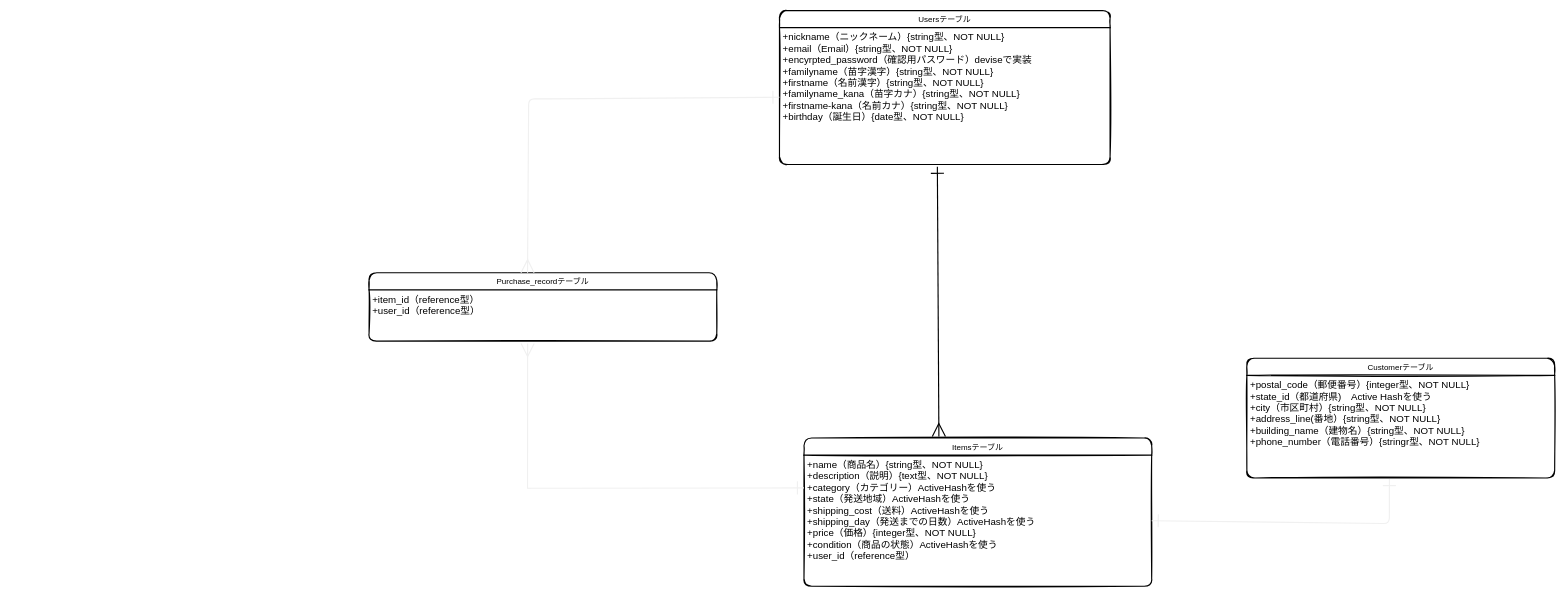
This is page "ページ1" (1 of 2) of app/furuma.dio from morioka1206/furima-9916, a draw.io file, before an edit. Source tidied: cells renumbered, new cells numbered last; positions are measured from the earlier drawing's top-left corner, leaving out a move shared by most shapes. Both pictures are drawn from the tidied source at 57%, with x=0, y=0 at pixel (369, 10).
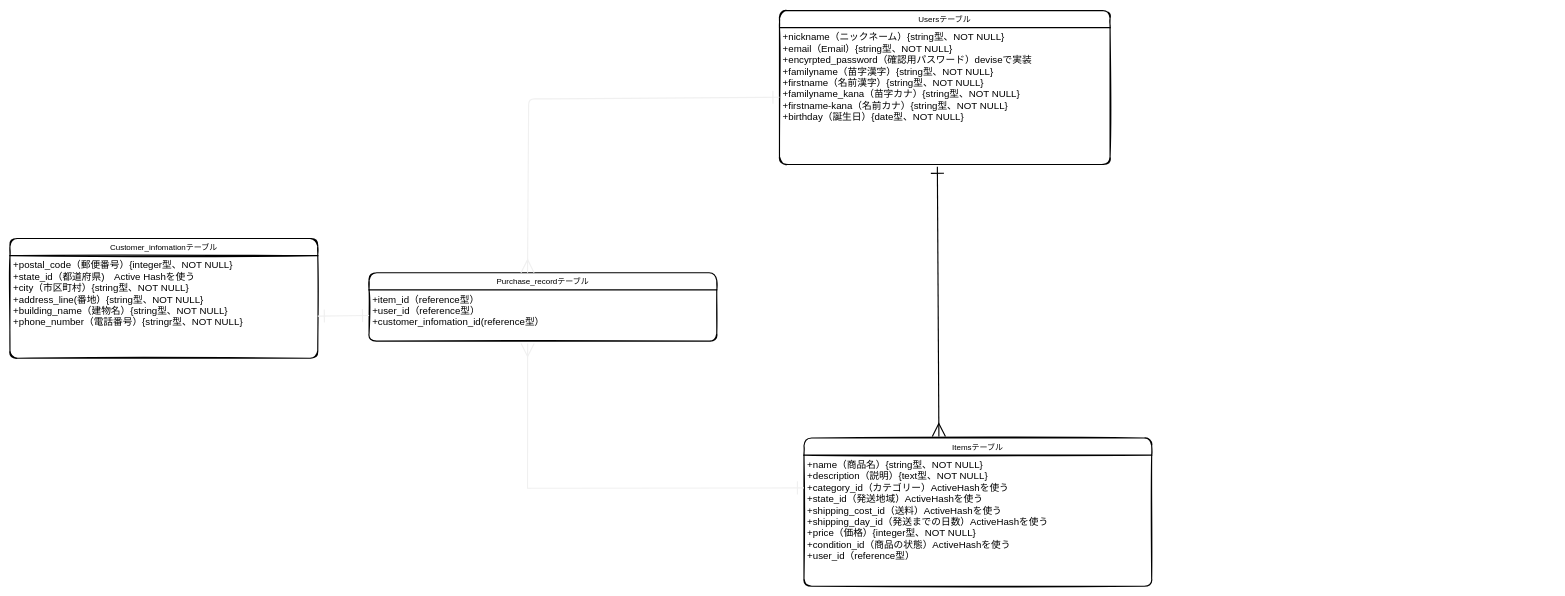
Above is the later version.

Commit message (it also covers changes not shown here):
データベース設計5

Change to the diagram source:
```diff
@@
 <mxGraphModel>
   <root>
     <mxCell id="0" />
     <mxCell id="1" parent="0" />
     <mxCell id="2" value="Usersテーブル" style="swimlane;horizontal=1;startSize=30;rounded=1;fontSize=14;fontStyle=0;strokeWidth=2;shadow=0;dashed=0;align=center;sketch=1;" parent="1" vertex="1">
       <mxGeometry x="720" width="580" height="270" as="geometry" />
     </mxCell>
     <mxCell id="3" value="+nickname（ニックネーム）{string型、NOT NULL}&#10;+email（Email）{string型、NOT NULL}&#10;+encyrpted_password（確認用パスワード）deviseで実装&#10;+familyname（苗字漢字）{string型、NOT NULL}&#10;+firstname（名前漢字）{string型、NOT NULL}&#10;+familyname_kana（苗字カナ）{string型、NOT NULL}&#10;+firstname-kana（名前カナ）{string型、NOT NULL}&#10;+birthday（誕生日）{date型、NOT NULL}" style="align=left;strokeColor=none;fillColor=none;spacingLeft=4;fontSize=17;verticalAlign=top;sketch=1;fontFamily=Helvetica;" parent="2" vertex="1">
       <mxGeometry y="30" width="580" height="240" as="geometry" />
     </mxCell>
-    <mxCell id="4" value="Customerテーブル" style="swimlane;horizontal=1;startSize=30;rounded=1;fontSize=14;fontStyle=0;strokeWidth=2;shadow=0;dashed=0;align=center;sketch=1;" parent="1" vertex="1">
-      <mxGeometry x="1540" y="610" width="540" height="210" as="geometry" />
+    <mxCell id="4" value="Customer_infomationテーブル" style="swimlane;horizontal=1;startSize=30;rounded=1;fontSize=14;fontStyle=0;strokeWidth=2;shadow=0;dashed=0;align=center;sketch=1;" parent="1" vertex="1">
+      <mxGeometry x="-630" y="400" width="540" height="210" as="geometry" />
     </mxCell>
     <mxCell id="5" value="+postal_code（郵便番号）{integer型、NOT NULL}&#10;+state_id（都道府県)　Active Hashを使う&#10;+city（市区町村）{string型、NOT NULL}&#10;+address_line(番地）{string型、NOT NULL}&#10;+building_name（建物名）{string型、NOT NULL}&#10;+phone_number（電話番号）{stringr型、NOT NULL}&#10;" style="align=left;strokeColor=none;fillColor=none;spacingLeft=4;fontSize=17;verticalAlign=top;sketch=1;" parent="4" vertex="1">
       <mxGeometry y="30" width="540" height="180" as="geometry" />
     </mxCell>
     <mxCell id="6" value="Itemsテーブル" style="swimlane;horizontal=1;startSize=30;rounded=1;fontSize=14;fontStyle=0;strokeWidth=2;shadow=0;dashed=0;align=center;sketch=1;" parent="1" vertex="1">
       <mxGeometry x="763" y="750" width="610" height="260" as="geometry" />
     </mxCell>
-    <mxCell id="7" value="+name（商品名）{string型、NOT NULL}&#10;+description（説明）{text型、NOT NULL}&#10;+category（カテゴリー）ActiveHashを使う&#10;+state（発送地域）ActiveHashを使う&#10;+shipping_cost（送料）ActiveHashを使う&#10;+shipping_day（発送までの日数）ActiveHashを使う&#10;+price（価格）{integer型、NOT NULL}&#10;+condition（商品の状態）ActiveHashを使う&#10;+user_id（reference型）" style="align=left;strokeColor=none;fillColor=none;spacingLeft=4;fontSize=17;verticalAlign=top;sketch=1;" parent="6" vertex="1">
+    <mxCell id="7" value="+name（商品名）{string型、NOT NULL}&#10;+description（説明）{text型、NOT NULL}&#10;+category_id（カテゴリー）ActiveHashを使う&#10;+state_id（発送地域）ActiveHashを使う&#10;+shipping_cost_id（送料）ActiveHashを使う&#10;+shipping_day_id（発送までの日数）ActiveHashを使う&#10;+price（価格）{integer型、NOT NULL}&#10;+condition_id（商品の状態）ActiveHashを使う&#10;+user_id（reference型）" style="align=left;strokeColor=none;fillColor=none;spacingLeft=4;fontSize=17;verticalAlign=top;sketch=1;" parent="6" vertex="1">
       <mxGeometry y="30" width="610" height="230" as="geometry" />
     </mxCell>
     <mxCell id="8" style="rounded=0;sketch=0;jumpSize=4;jettySize=auto;html=1;entryX=0.388;entryY=-0.01;entryDx=0;entryDy=0;entryPerimeter=0;startArrow=ERone;startFill=0;targetPerimeterSpacing=0;strokeWidth=2;endArrow=ERmany;endFill=0;endSize=20;startSize=20;" parent="1" edge="1" target="6">
       <mxGeometry relative="1" as="geometry">
         <mxPoint x="997" y="274" as="sourcePoint" />
       </mxGeometry>
     </mxCell>
-    <mxCell id="9" style="edgeStyle=none;rounded=1;sketch=0;jumpSize=4;jettySize=auto;html=1;exitX=1;exitY=0.5;exitDx=0;exitDy=0;startArrow=ERone;startFill=0;startSize=20;endArrow=ERone;endFill=0;endSize=20;targetPerimeterSpacing=0;strokeColor=#f0f0f0;strokeWidth=2;entryX=0.463;entryY=1.011;entryDx=0;entryDy=0;entryPerimeter=0;" parent="1" edge="1" source="7" target="5">
-      <mxGeometry relative="1" as="geometry">
-        <Array as="points">
-          <mxPoint x="1790" y="900" />
-        </Array>
-      </mxGeometry>
-    </mxCell>
     <mxCell id="10" value="Purchase_recordテーブル" style="swimlane;horizontal=1;startSize=30;rounded=1;fontSize=14;fontStyle=0;strokeWidth=2;shadow=0;dashed=0;align=center;sketch=1;" parent="1" vertex="1">
       <mxGeometry y="460" width="610" height="120" as="geometry" />
     </mxCell>
-    <mxCell id="11" value="+item_id（reference型）&#10;+user_id（reference型）" style="align=left;strokeColor=none;fillColor=none;spacingLeft=4;fontSize=17;verticalAlign=top;sketch=1;" parent="10" vertex="1">
+    <mxCell id="11" value="+item_id（reference型）&#10;+user_id（reference型）&#10;+customer_infomation_id(reference型）" style="align=left;strokeColor=none;fillColor=none;spacingLeft=4;fontSize=17;verticalAlign=top;sketch=1;" parent="10" vertex="1">
       <mxGeometry y="30" width="610" height="90" as="geometry" />
     </mxCell>
     <mxCell id="12" style="edgeStyle=none;rounded=1;sketch=0;jumpSize=4;jettySize=auto;html=1;startArrow=ERone;startFill=0;startSize=20;endArrow=ERmany;endFill=0;endSize=20;targetPerimeterSpacing=0;strokeColor=#f0f0f0;strokeWidth=2;fontSize=17;" parent="1" edge="1" source="3">
       <mxGeometry relative="1" as="geometry">
         <mxPoint x="278" y="460" as="targetPoint" />
         <Array as="points">
           <mxPoint x="310" y="155" />
           <mxPoint x="280" y="155" />
         </Array>
       </mxGeometry>
     </mxCell>
     <mxCell id="13" style="edgeStyle=none;rounded=0;sketch=0;jumpSize=4;jettySize=auto;html=1;startArrow=ERmany;startFill=0;startSize=20;endArrow=ERone;endFill=0;endSize=20;targetPerimeterSpacing=0;strokeColor=#f0f0f0;strokeWidth=2;fontSize=17;entryX=0;entryY=0.25;entryDx=0;entryDy=0;exitX=0.456;exitY=1.044;exitDx=0;exitDy=0;exitPerimeter=0;" parent="1" edge="1" source="11" target="7">
       <mxGeometry relative="1" as="geometry">
         <Array as="points">
           <mxPoint x="278" y="838" />
         </Array>
       </mxGeometry>
     </mxCell>
+    <mxCell id="14" style="edgeStyle=none;rounded=0;sketch=0;jumpSize=4;jettySize=auto;html=1;exitX=0;exitY=0.5;exitDx=0;exitDy=0;startArrow=ERone;startFill=0;startSize=20;endArrow=ERone;endFill=0;endSize=20;targetPerimeterSpacing=0;strokeColor=#f0f0f0;strokeWidth=2;fontFamily=Helvetica;fontSize=17;" parent="1" edge="1" source="11">
+      <mxGeometry relative="1" as="geometry">
+        <mxPoint x="-90" y="536" as="targetPoint" />
+      </mxGeometry>
+    </mxCell>
   </root>
 </mxGraphModel>
```
